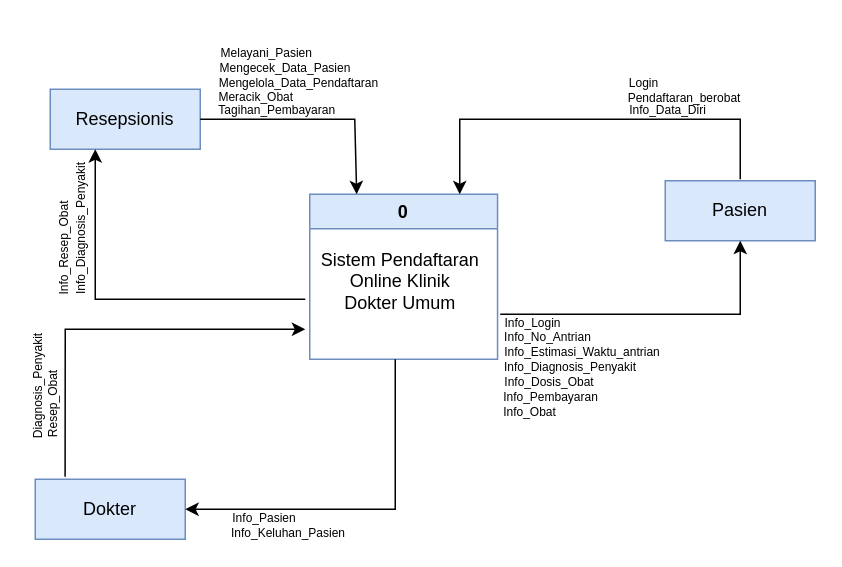
Above: page "Copy of Page-1" (2 of 4) of Untitled Diagram.drawio in pradanatech04/portofolio-sia (draw.io), before the change. Source tidied: cells renumbered, new cells numbered last; positions are measured from the earlier drawing's top-left corner, leaving out a move shared by most shapes. Both pictures are drawn from the tidied source at 150%, with x=0, y=0 at pixel (-32, -46).
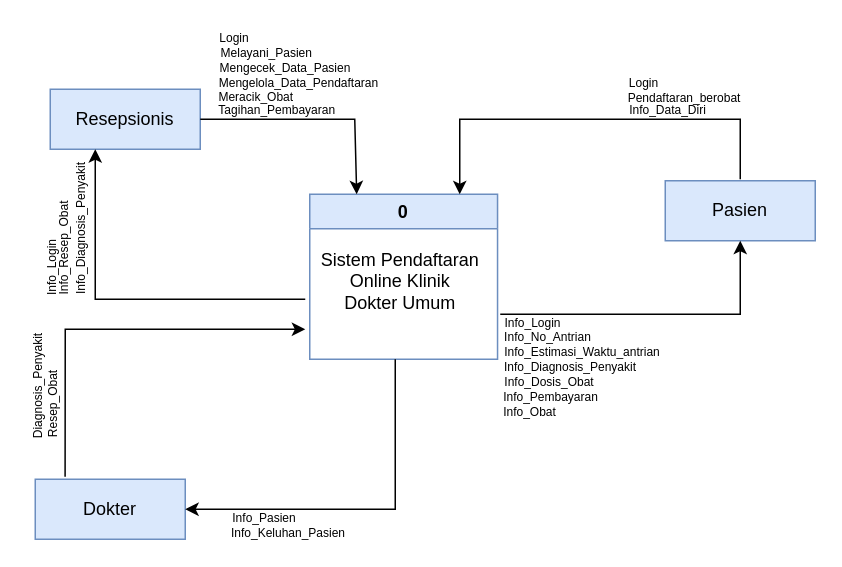
After the change.

What changed in the source:
```diff
@@
+    <mxCell id="35" value="&lt;span style=&quot;font-size: 8px;&quot;&gt;Login&lt;/span&gt;" style="text;html=1;strokeColor=none;fillColor=none;align=center;verticalAlign=middle;whiteSpace=wrap;rounded=0;" parent="1" vertex="1">
+      <mxGeometry x="144" y="50" width="66" height="10" as="geometry" />
+    </mxCell>
+    <mxCell id="36" value="&lt;span style=&quot;font-size: 8px;&quot;&gt;Info_Login&lt;/span&gt;" style="text;html=1;strokeColor=none;fillColor=none;align=center;verticalAlign=middle;whiteSpace=wrap;rounded=0;rotation=-90;" parent="1" vertex="1">
+      <mxGeometry x="-1" y="204" width="110" height="10" as="geometry" />
+    </mxCell>
```
